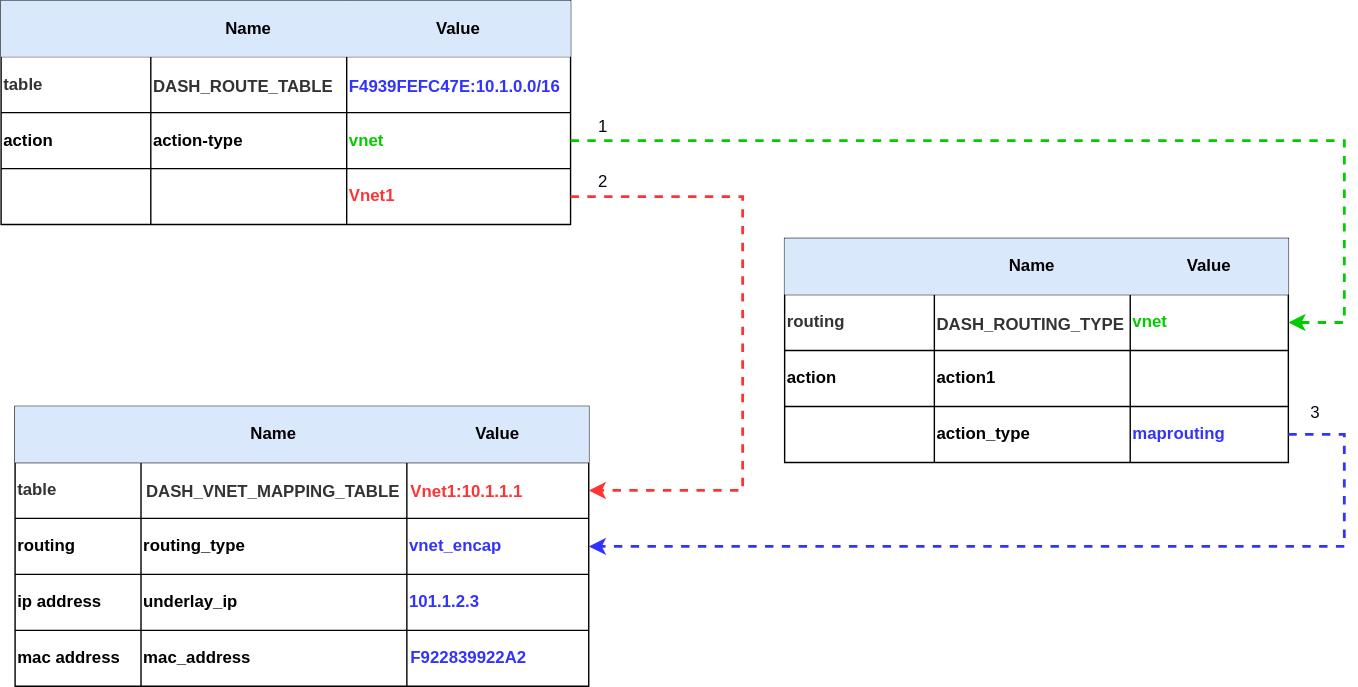
sonic-net/DASH keeps this draw.io diagram as documentation/vnet2vnet-service/design/images/packet-processing-pipeline-flow-example.svg. Above is the earlier version. Source tidied: cells renumbered, new cells last; positions are measured from the earlier drawing's top-left corner, leaving out a move shared by most shapes.
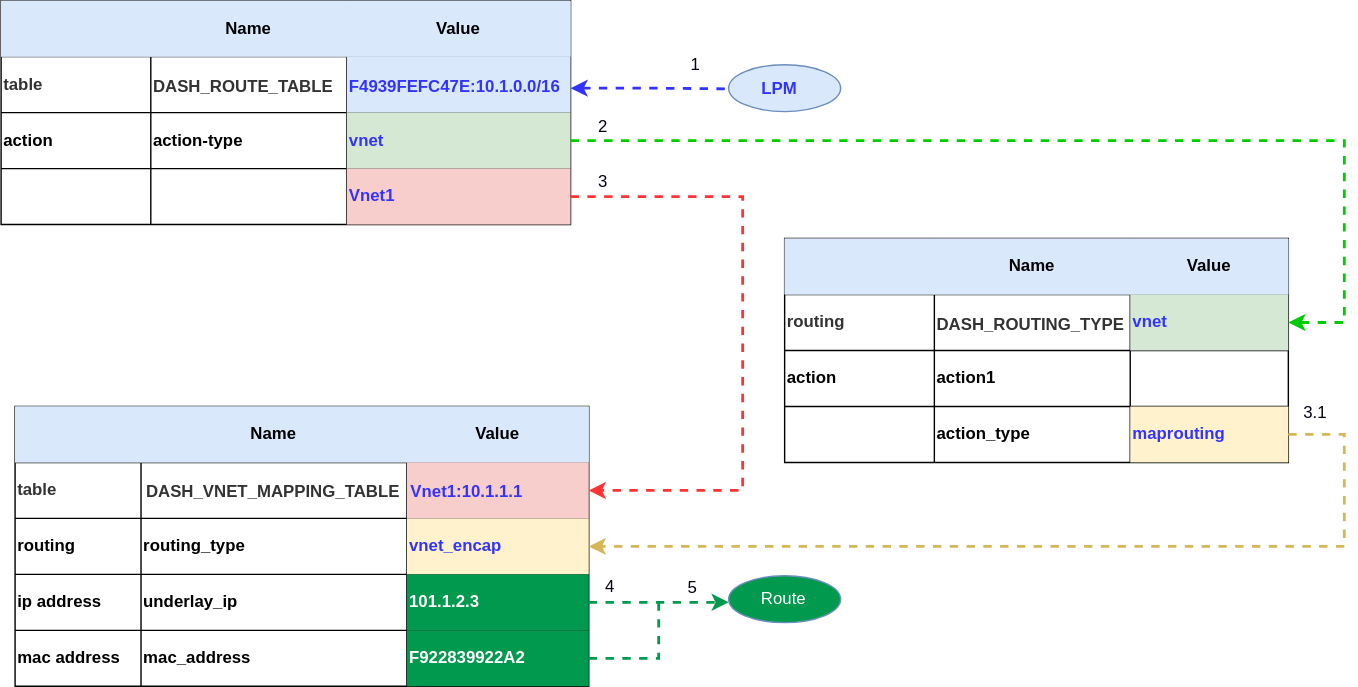
The same diagram one commit later.

Commit message:
Fixed steps and diagram

The edit, as a diff of the source:
```diff
@@ -26,7 +26,7 @@
     <mxCell id="9" style="shape=partialRectangle;html=1;whiteSpace=wrap;overflow=hidden;fillColor=none;top=0;left=0;bottom=0;right=0;align=left;fontColor=#333333;strokeColor=#666666;" parent="7" vertex="1">
       <mxGeometry x="107" width="140" height="40" as="geometry" />
     </mxCell>
-    <mxCell id="10" style="shape=partialRectangle;html=1;whiteSpace=wrap;overflow=hidden;fillColor=none;top=0;left=0;bottom=0;right=0;align=left;fontColor=#333333;strokeColor=#666666;" parent="7" vertex="1">
+    <mxCell id="10" style="shape=partialRectangle;html=1;whiteSpace=wrap;overflow=hidden;fillColor=#dae8fc;top=0;left=0;bottom=0;right=0;align=left;strokeColor=#6c8ebf;" parent="7" vertex="1">
       <mxGeometry x="247" width="160" height="40" as="geometry" />
     </mxCell>
     <mxCell id="11" style="shape=tableRow;horizontal=0;startSize=0;swimlaneHead=0;swimlaneBody=0;top=0;left=0;bottom=0;right=0;fillColor=none;points=[[0,0.5],[1,0.5]];portConstraint=eastwest;align=left;" parent="2" vertex="1">
@@ -38,7 +38,7 @@
     <mxCell id="13" value="&lt;b&gt;action-type&lt;/b&gt;" style="shape=partialRectangle;html=1;whiteSpace=wrap;overflow=hidden;fillColor=none;top=0;left=0;bottom=0;right=0;align=left;" parent="11" vertex="1">
       <mxGeometry x="107" width="140" height="40" as="geometry" />
     </mxCell>
-    <mxCell id="14" value="&lt;b style=&quot;&quot;&gt;&lt;font color=&quot;#00cc00&quot;&gt;vnet&lt;/font&gt;&lt;/b&gt;" style="shape=partialRectangle;html=1;whiteSpace=wrap;overflow=hidden;fillColor=none;top=0;left=0;bottom=0;right=0;align=left;" parent="11" vertex="1">
+    <mxCell id="14" value="&lt;b style=&quot;&quot;&gt;&lt;font color=&quot;#3333ff&quot;&gt;vnet&lt;/font&gt;&lt;/b&gt;" style="shape=partialRectangle;html=1;whiteSpace=wrap;overflow=hidden;fillColor=#d5e8d4;top=0;left=0;bottom=0;right=0;align=left;strokeColor=#82b366;" parent="11" vertex="1">
       <mxGeometry x="247" width="160" height="40" as="geometry" />
     </mxCell>
     <mxCell id="15" style="shape=tableRow;horizontal=0;startSize=0;swimlaneHead=0;swimlaneBody=0;top=0;left=0;bottom=0;right=0;fillColor=none;points=[[0,0.5],[1,0.5]];portConstraint=eastwest;align=left;" parent="2" vertex="1">
@@ -50,12 +50,17 @@
     <mxCell id="17" style="shape=partialRectangle;html=1;whiteSpace=wrap;overflow=hidden;fillColor=none;top=0;left=0;bottom=0;right=0;align=left;" parent="15" vertex="1">
       <mxGeometry x="107" width="140" height="40" as="geometry" />
     </mxCell>
-    <mxCell id="18" value="&lt;b style=&quot;&quot;&gt;&lt;font color=&quot;#ff3333&quot;&gt;Vnet1&lt;/font&gt;&lt;/b&gt;" style="shape=partialRectangle;html=1;whiteSpace=wrap;overflow=hidden;fillColor=none;top=0;left=0;bottom=0;right=0;align=left;" parent="15" vertex="1">
+    <mxCell id="18" value="&lt;b style=&quot;&quot;&gt;&lt;font color=&quot;#3333ff&quot;&gt;Vnet1&lt;/font&gt;&lt;/b&gt;" style="shape=partialRectangle;html=1;whiteSpace=wrap;overflow=hidden;fillColor=#f8cecc;top=0;left=0;bottom=0;right=0;align=left;strokeColor=#b85450;" parent="15" vertex="1">
       <mxGeometry x="247" width="160" height="40" as="geometry" />
     </mxCell>
     <mxCell id="19" value="&lt;b&gt;DASH_ROUTE_TABLE&lt;/b&gt;" style="text;whiteSpace=wrap;html=1;align=left;fillColor=none;fontColor=#333333;strokeColor=none;" parent="1" vertex="1">
       <mxGeometry x="107" y="47.5" width="124" height="21" as="geometry" />
     </mxCell>
+    <mxCell id="69" style="edgeStyle=orthogonalEdgeStyle;rounded=0;jettySize=auto;html=1;exitX=1;exitY=0.5;exitDx=0;exitDy=0;dashed=1;fontColor=#3333FF;strokeColor=#3333FF;strokeWidth=2;endArrow=none;endFill=0;startArrow=classic;startFill=1;" parent="1" edge="1" source="20">
+      <mxGeometry relative="1" as="geometry">
+        <mxPoint x="520" y="63" as="targetPoint" />
+      </mxGeometry>
+    </mxCell>
     <mxCell id="20" value="&lt;b style=&quot;&quot;&gt;&lt;font color=&quot;#3333ff&quot;&gt;F4939FEFC47E:10.1.0.0/16&lt;/font&gt;&lt;/b&gt;" style="text;whiteSpace=wrap;html=1;align=left;fillColor=none;fontColor=#333333;strokeColor=none;" parent="1" vertex="1">
       <mxGeometry x="247" y="47.5" width="160" height="30" as="geometry" />
     </mxCell>
@@ -83,7 +88,7 @@
     <mxCell id="28" style="shape=partialRectangle;html=1;whiteSpace=wrap;overflow=hidden;fillColor=none;top=0;left=0;bottom=0;right=0;align=left;fontColor=#333333;strokeColor=#666666;" parent="26" vertex="1">
       <mxGeometry x="90" width="190" height="40" as="geometry" />
     </mxCell>
-    <mxCell id="29" style="shape=partialRectangle;html=1;whiteSpace=wrap;overflow=hidden;fillColor=none;top=0;left=0;bottom=0;right=0;align=left;fontColor=#333333;strokeColor=#666666;" parent="26" vertex="1">
+    <mxCell id="29" style="shape=partialRectangle;html=1;whiteSpace=wrap;overflow=hidden;fillColor=#f8cecc;top=0;left=0;bottom=0;right=0;align=left;strokeColor=#b85450;" parent="26" vertex="1">
       <mxGeometry x="280" width="130" height="40" as="geometry" />
     </mxCell>
     <mxCell id="30" style="shape=tableRow;horizontal=0;startSize=0;swimlaneHead=0;swimlaneBody=0;top=0;left=0;bottom=0;right=0;fillColor=none;points=[[0,0.5],[1,0.5]];portConstraint=eastwest;align=left;" parent="21" vertex="1">
@@ -95,7 +100,7 @@
     <mxCell id="32" value="&lt;b&gt;routing_type&lt;/b&gt;" style="shape=partialRectangle;html=1;whiteSpace=wrap;overflow=hidden;fillColor=none;top=0;left=0;bottom=0;right=0;align=left;" parent="30" vertex="1">
       <mxGeometry x="90" width="190" height="40" as="geometry" />
     </mxCell>
-    <mxCell id="33" value="&lt;b style=&quot;&quot;&gt;&lt;font color=&quot;#3333ff&quot;&gt;vnet_encap&lt;/font&gt;&lt;/b&gt;" style="shape=partialRectangle;html=1;whiteSpace=wrap;overflow=hidden;fillColor=none;top=0;left=0;bottom=0;right=0;align=left;" parent="30" vertex="1">
+    <mxCell id="33" value="&lt;b style=&quot;&quot;&gt;&lt;font color=&quot;#3333ff&quot;&gt;vnet_encap&lt;/font&gt;&lt;/b&gt;" style="shape=partialRectangle;html=1;whiteSpace=wrap;overflow=hidden;fillColor=#fff2cc;top=0;left=0;bottom=0;right=0;align=left;strokeColor=#d6b656;" parent="30" vertex="1">
       <mxGeometry x="280" width="130" height="40" as="geometry" />
     </mxCell>
     <mxCell id="34" style="shape=tableRow;horizontal=0;startSize=0;swimlaneHead=0;swimlaneBody=0;top=0;left=0;bottom=0;right=0;fillColor=none;points=[[0,0.5],[1,0.5]];portConstraint=eastwest;align=left;" parent="21" vertex="1">
@@ -107,7 +112,7 @@
     <mxCell id="36" value="&lt;b&gt;underlay_ip&lt;/b&gt;" style="shape=partialRectangle;html=1;whiteSpace=wrap;overflow=hidden;fillColor=none;top=0;left=0;bottom=0;right=0;align=left;" parent="34" vertex="1">
       <mxGeometry x="90" width="190" height="40" as="geometry" />
     </mxCell>
-    <mxCell id="37" value="&lt;font color=&quot;#3333ff&quot;&gt;&lt;b&gt;101.1.2.3&lt;/b&gt;&lt;/font&gt;" style="shape=partialRectangle;html=1;whiteSpace=wrap;overflow=hidden;fillColor=none;top=0;left=0;bottom=0;right=0;align=left;" parent="34" vertex="1">
+    <mxCell id="37" value="&lt;b style=&quot;&quot;&gt;&lt;font color=&quot;#ffffff&quot;&gt;101.1.2.3&lt;/font&gt;&lt;/b&gt;" style="shape=partialRectangle;html=1;whiteSpace=wrap;overflow=hidden;fillColor=#00994D;top=0;left=0;bottom=0;right=0;align=left;strokeColor=none;" parent="34" vertex="1">
       <mxGeometry x="280" width="130" height="40" as="geometry" />
     </mxCell>
     <mxCell id="38" style="shape=tableRow;horizontal=0;startSize=0;swimlaneHead=0;swimlaneBody=0;top=0;left=0;bottom=0;right=0;fillColor=none;points=[[0,0.5],[1,0.5]];portConstraint=eastwest;align=left;" parent="21" vertex="1">
@@ -119,18 +124,15 @@
     <mxCell id="40" value="&lt;b&gt;mac_address&lt;/b&gt;" style="shape=partialRectangle;html=1;whiteSpace=wrap;overflow=hidden;fillColor=none;top=0;left=0;bottom=0;right=0;align=left;" parent="38" vertex="1">
       <mxGeometry x="90" width="190" height="40" as="geometry" />
     </mxCell>
-    <mxCell id="41" style="shape=partialRectangle;html=1;whiteSpace=wrap;overflow=hidden;fillColor=none;top=0;left=0;bottom=0;right=0;align=left;" parent="38" vertex="1">
+    <mxCell id="41" value="&lt;b style=&quot;&quot;&gt;&lt;font color=&quot;#ffffff&quot;&gt;F922839922A2&lt;/font&gt;&lt;/b&gt;" style="shape=partialRectangle;html=1;whiteSpace=wrap;overflow=hidden;fillColor=#00994D;top=0;left=0;bottom=0;right=0;align=left;strokeColor=none;" parent="38" vertex="1">
       <mxGeometry x="280" width="130" height="40" as="geometry" />
     </mxCell>
     <mxCell id="42" value="&lt;b&gt;DASH_VNET_MAPPING_TABLE&lt;/b&gt;" style="text;whiteSpace=wrap;html=1;align=left;fillColor=none;fontColor=#333333;strokeColor=none;" parent="1" vertex="1">
       <mxGeometry x="102" y="336.5" width="124" height="21" as="geometry" />
     </mxCell>
-    <mxCell id="43" value="&lt;b&gt;&lt;font color=&quot;#ff3333&quot;&gt;Vnet1:10.1.1.1&lt;/font&gt;&lt;/b&gt;" style="text;whiteSpace=wrap;html=1;fontColor=#3333FF;" parent="1" vertex="1">
+    <mxCell id="43" value="&lt;b&gt;Vnet1:10.1.1.1&lt;/b&gt;" style="text;whiteSpace=wrap;html=1;fontColor=#3333FF;" parent="1" vertex="1">
       <mxGeometry x="291" y="336.5" width="100" height="30" as="geometry" />
     </mxCell>
-    <mxCell id="44" value="&lt;b&gt;F922839922A2&lt;/b&gt;" style="text;whiteSpace=wrap;html=1;fontColor=#3333FF;" parent="1" vertex="1">
-      <mxGeometry x="291" y="456" width="110" height="30" as="geometry" />
-    </mxCell>
     <mxCell id="45" style="shape=table;startSize=0;align=left;" parent="1" vertex="1">
       <mxGeometry x="560" y="170" width="360" height="160" as="geometry" />
     </mxCell>
@@ -155,7 +157,7 @@
     <mxCell id="52" style="shape=partialRectangle;html=1;whiteSpace=wrap;overflow=hidden;fillColor=none;top=0;left=0;bottom=0;right=0;align=left;fontColor=#333333;strokeColor=#666666;" parent="50" vertex="1">
       <mxGeometry x="107" width="140" height="40" as="geometry" />
     </mxCell>
-    <mxCell id="53" value="&lt;b style=&quot;&quot;&gt;&lt;font color=&quot;#00cc00&quot;&gt;vnet&lt;/font&gt;&lt;/b&gt;" style="shape=partialRectangle;html=1;whiteSpace=wrap;overflow=hidden;fillColor=none;top=0;left=0;bottom=0;right=0;align=left;fontColor=#333333;strokeColor=#666666;" parent="50" vertex="1">
+    <mxCell id="53" value="&lt;b style=&quot;&quot;&gt;&lt;font color=&quot;#3333ff&quot;&gt;vnet&lt;/font&gt;&lt;/b&gt;" style="shape=partialRectangle;html=1;whiteSpace=wrap;overflow=hidden;fillColor=#d5e8d4;top=0;left=0;bottom=0;right=0;align=left;strokeColor=#82b366;" parent="50" vertex="1">
       <mxGeometry x="247" width="113" height="40" as="geometry" />
     </mxCell>
     <mxCell id="54" style="shape=tableRow;horizontal=0;startSize=0;swimlaneHead=0;swimlaneBody=0;top=0;left=0;bottom=0;right=0;fillColor=none;align=left;" parent="45" vertex="1">
@@ -179,7 +181,7 @@
     <mxCell id="60" value="&lt;b&gt;action_type&lt;/b&gt;" style="shape=partialRectangle;html=1;whiteSpace=wrap;overflow=hidden;fillColor=none;top=0;left=0;bottom=0;right=0;align=left;" parent="58" vertex="1">
       <mxGeometry x="107" width="140" height="40" as="geometry" />
     </mxCell>
-    <mxCell id="61" value="&lt;b style=&quot;&quot;&gt;&lt;font color=&quot;#3333ff&quot;&gt;maprouting&lt;/font&gt;&lt;/b&gt;" style="shape=partialRectangle;html=1;whiteSpace=wrap;overflow=hidden;fillColor=none;top=0;left=0;bottom=0;right=0;align=left;strokeColor=#FFB570;" parent="58" vertex="1">
+    <mxCell id="61" value="&lt;b style=&quot;&quot;&gt;&lt;font color=&quot;#3333ff&quot;&gt;maprouting&lt;/font&gt;&lt;/b&gt;" style="shape=partialRectangle;html=1;whiteSpace=wrap;overflow=hidden;fillColor=#fff2cc;top=0;left=0;bottom=0;right=0;align=left;strokeColor=#d6b656;" parent="58" vertex="1">
       <mxGeometry x="247" width="113" height="40" as="geometry" />
     </mxCell>
     <mxCell id="62" value="&lt;b&gt;DASH_ROUTING_TYPE&lt;/b&gt;" style="text;whiteSpace=wrap;html=1;align=left;fillColor=none;fontColor=#333333;strokeColor=none;" parent="1" vertex="1">
@@ -201,7 +203,7 @@
         </Array>
       </mxGeometry>
     </mxCell>
-    <mxCell id="65" style="edgeStyle=orthogonalEdgeStyle;rounded=0;jettySize=auto;html=1;exitX=1;exitY=0.5;exitDx=0;exitDy=0;entryX=1;entryY=0.5;entryDx=0;entryDy=0;fontColor=#3333FF;strokeColor=#3333FF;dashed=1;strokeWidth=2;" parent="1" edge="1" source="58" target="30">
+    <mxCell id="65" style="edgeStyle=orthogonalEdgeStyle;rounded=0;jettySize=auto;html=1;exitX=1;exitY=0.5;exitDx=0;exitDy=0;entryX=1;entryY=0.5;entryDx=0;entryDy=0;fontColor=#3333FF;strokeColor=#d6b656;dashed=1;strokeWidth=2;fillColor=#fff2cc;" parent="1" edge="1" source="58" target="30">
       <mxGeometry relative="1" as="geometry">
         <Array as="points">
           <mxPoint x="960" y="310" />
@@ -209,14 +211,45 @@
         </Array>
       </mxGeometry>
     </mxCell>
-    <mxCell id="66" value="&lt;font color=&quot;#040412&quot;&gt;1&lt;/font&gt;" style="text;html=1;align=center;verticalAlign=middle;strokeColor=none;fillColor=none;fontColor=#FF8000;" parent="1" vertex="1">
+    <mxCell id="66" value="&lt;font color=&quot;#040412&quot;&gt;2&lt;/font&gt;" style="text;html=1;align=center;verticalAlign=middle;strokeColor=none;fillColor=none;fontColor=#FF8000;" parent="1" vertex="1">
       <mxGeometry x="420" y="80" width="20" height="20" as="geometry" />
     </mxCell>
-    <mxCell id="67" value="&lt;font color=&quot;#040412&quot;&gt;2&lt;/font&gt;" style="text;html=1;align=center;verticalAlign=middle;strokeColor=none;fillColor=none;fontColor=#FF8000;" parent="1" vertex="1">
+    <mxCell id="67" value="&lt;font color=&quot;#040412&quot;&gt;3&lt;/font&gt;" style="text;html=1;align=center;verticalAlign=middle;strokeColor=none;fillColor=none;fontColor=#FF8000;" parent="1" vertex="1">
       <mxGeometry x="420" y="120" width="20" height="20" as="geometry" />
     </mxCell>
-    <mxCell id="68" value="&lt;font color=&quot;#040412&quot;&gt;3&lt;/font&gt;" style="text;html=1;align=center;verticalAlign=middle;strokeColor=none;fillColor=none;fontColor=#FF8000;" parent="1" vertex="1">
-      <mxGeometry x="929" y="285" width="20" height="20" as="geometry" />
+    <mxCell id="68" value="&lt;font color=&quot;#040412&quot;&gt;3.1&lt;/font&gt;" style="text;html=1;align=center;verticalAlign=middle;strokeColor=none;fillColor=none;fontColor=#FF8000;" parent="1" vertex="1">
+      <mxGeometry x="924" y="285" width="30" height="20" as="geometry" />
     </mxCell>
+    <mxCell id="70" style="ellipse;whiteSpace=wrap;html=1;labelBackgroundColor=#FFFF33;strokeColor=#6c8ebf;fillColor=#dae8fc;" parent="1" vertex="1">
+      <mxGeometry x="520" y="45.8" width="80" height="33.5" as="geometry" />
+    </mxCell>
+    <mxCell id="71" value="&lt;b&gt;LPM&lt;/b&gt;" style="text;html=1;align=center;verticalAlign=middle;strokeColor=none;fillColor=none;fontColor=#3333FF;" parent="1" vertex="1">
+      <mxGeometry x="536" y="52.5" width="40" height="20" as="geometry" />
+    </mxCell>
+    <mxCell id="72" value="&lt;font color=&quot;#040412&quot;&gt;1&lt;/font&gt;" style="text;html=1;align=center;verticalAlign=middle;strokeColor=none;fillColor=none;fontColor=#FF8000;" parent="1" vertex="1">
+      <mxGeometry x="486" y="36" width="20" height="20" as="geometry" />
+    </mxCell>
+    <mxCell id="73" style="edgeStyle=orthogonalEdgeStyle;rounded=0;jettySize=auto;html=1;exitX=1;exitY=0.5;exitDx=0;exitDy=0;dashed=1;fontColor=#3333FF;startArrow=none;startFill=0;endArrow=classic;endFill=1;strokeColor=#00994D;strokeWidth=2;" parent="1" edge="1" source="34">
+      <mxGeometry relative="1" as="geometry">
+        <mxPoint x="520" y="430" as="targetPoint" />
+      </mxGeometry>
+    </mxCell>
+    <mxCell id="74" value="&lt;font color=&quot;#040412&quot;&gt;4&lt;/font&gt;" style="text;html=1;align=center;verticalAlign=middle;strokeColor=none;fillColor=none;fontColor=#FF8000;" parent="1" vertex="1">
+      <mxGeometry x="425" y="409" width="20" height="20" as="geometry" />
+    </mxCell>
+    <mxCell id="75" style="ellipse;whiteSpace=wrap;html=1;labelBackgroundColor=#FFFF33;strokeColor=#6c8ebf;fillColor=#00994D;" parent="1" vertex="1">
+      <mxGeometry x="520" y="411" width="80" height="33.5" as="geometry" />
+    </mxCell>
+    <mxCell id="76" value="Route" style="text;html=1;align=center;verticalAlign=middle;strokeColor=none;fillColor=none;fontColor=#FFFFFF;" parent="1" vertex="1">
+      <mxGeometry x="534" y="417.8" width="50" height="20" as="geometry" />
+    </mxCell>
+    <mxCell id="77" style="edgeStyle=orthogonalEdgeStyle;rounded=0;jettySize=auto;html=1;exitX=1;exitY=0.5;exitDx=0;exitDy=0;dashed=1;fontColor=#FFFFFF;startArrow=none;startFill=0;endArrow=none;endFill=0;strokeColor=#00994D;strokeWidth=2;" parent="1" edge="1" source="38">
+      <mxGeometry relative="1" as="geometry">
+        <mxPoint x="470" y="430" as="targetPoint" />
+      </mxGeometry>
+    </mxCell>
+    <mxCell id="78" value="&lt;font color=&quot;#040412&quot;&gt;5&lt;/font&gt;" style="text;html=1;align=center;verticalAlign=middle;strokeColor=none;fillColor=none;fontColor=#FF8000;" parent="1" vertex="1">
+      <mxGeometry x="484" y="410" width="20" height="20" as="geometry" />
+    </mxCell>
   </root>
 </mxGraphModel>
```
